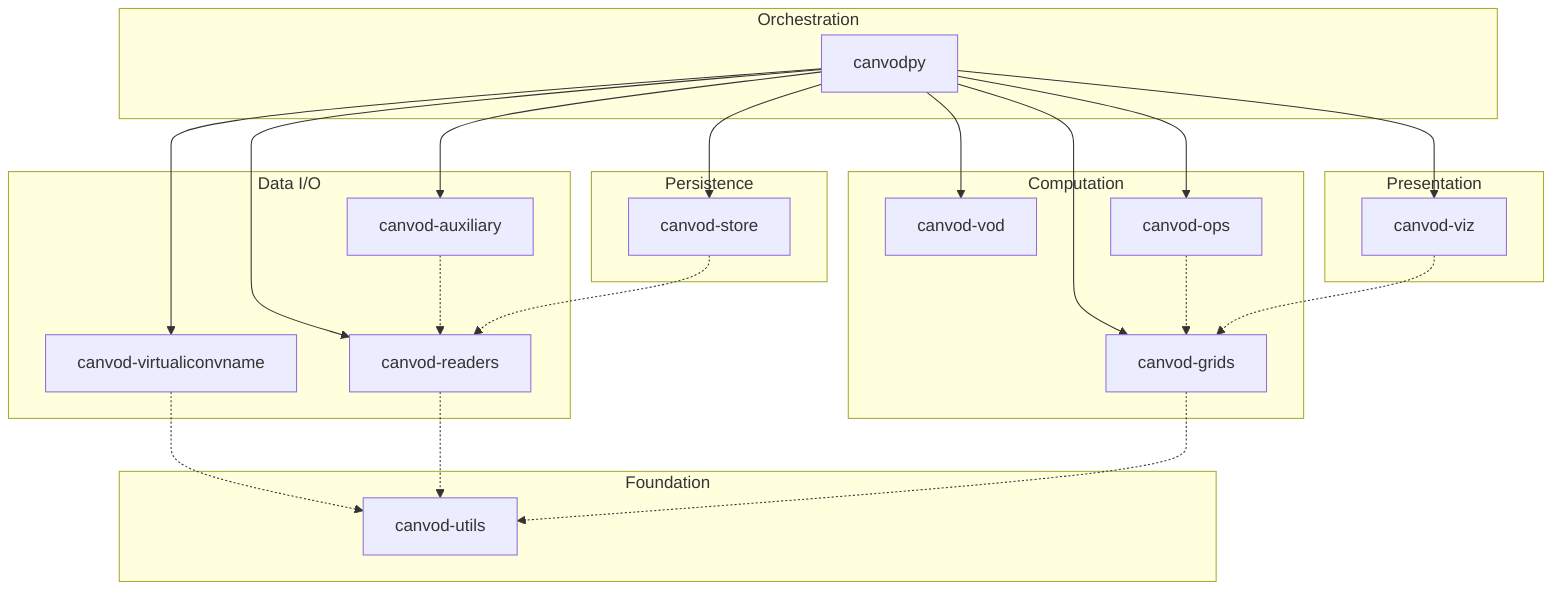
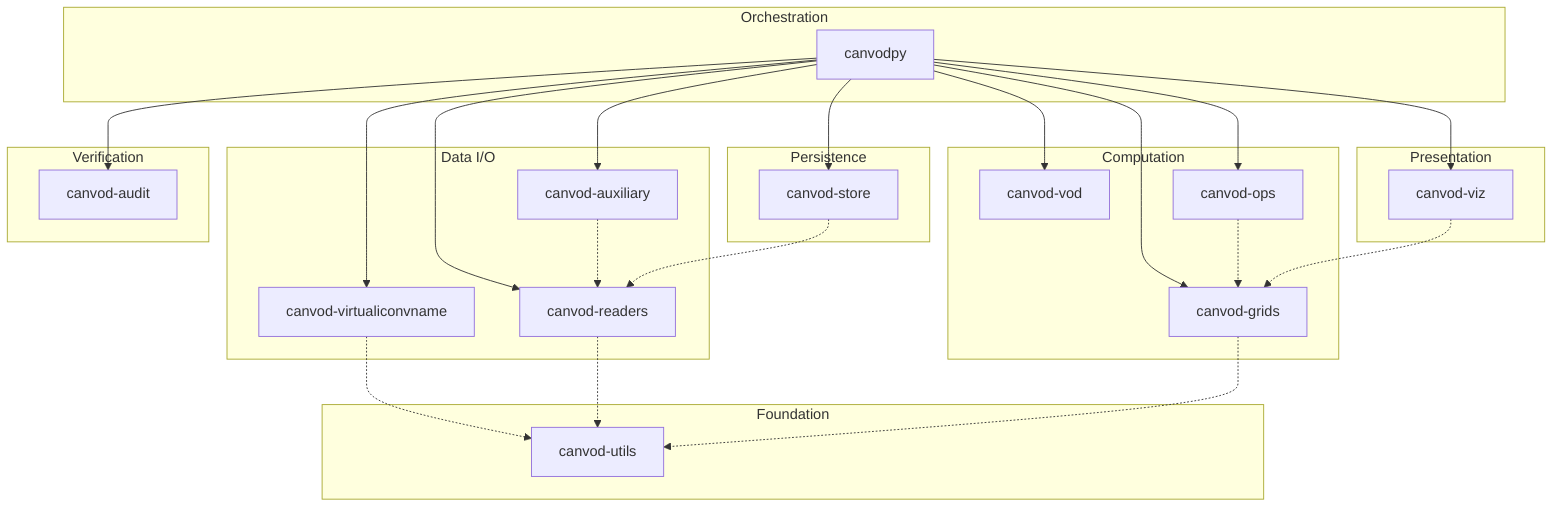
graph TD
    subgraph ORCHESTRATION["Orchestration"]
        CANVODPY["canvodpy"]
    end

    subgraph COMPUTE["Computation"]
        VOD["canvod-vod"]
        GRIDS["canvod-grids"]
        OPS["canvod-ops"]
    end

    subgraph STORE_LAYER["Persistence"]
        STORE["canvod-store"]
    end

    subgraph DATAIO["Data I/O"]
        READERS["canvod-readers"]
        AUX["canvod-auxiliary"]
        NAMING["canvod-virtualiconvname"]
    end

    subgraph PRESENT["Presentation"]
        VIZ["canvod-viz"]
    end

    subgraph FOUNDATION["Foundation"]
        UTILS["canvod-utils"]
    end

+     subgraph VERIFY["Verification"]
+         AUDIT["canvod-audit"]
+     end
+ 
    CANVODPY --> READERS & AUX & NAMING
    CANVODPY --> STORE
    CANVODPY --> VOD & GRIDS & OPS & VIZ
+     CANVODPY --> AUDIT

    OPS -.-> GRIDS
    VIZ -.-> GRIDS
    AUX -.-> READERS
    STORE -.-> READERS
    NAMING -.-> UTILS
    READERS -.-> UTILS
    GRIDS -.-> UTILS
